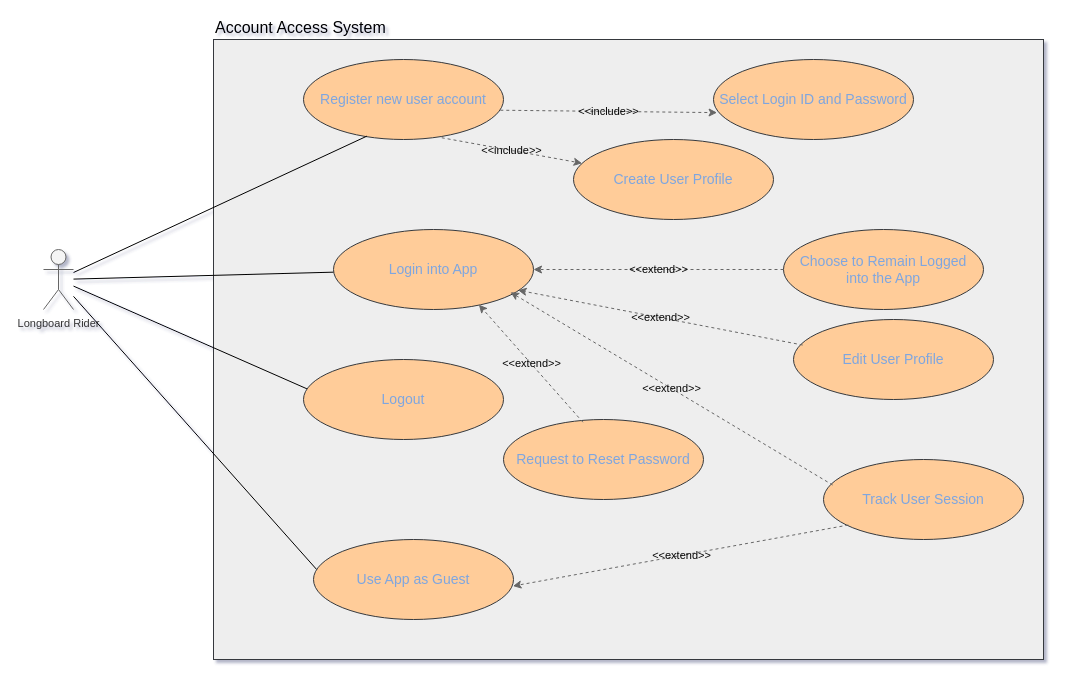
The draw.io diagram diagrams/Account Access Use Case Diagram.drawio in bobacktech/bionic-boarder, before the edit. Source tidied: cells renumbered, new cells numbered last; positions are measured from the earlier drawing's top-left corner, leaving out a move shared by most shapes. Both pictures are drawn from the tidied source at 100%, with x=0, y=0 at pixel (43, 39).
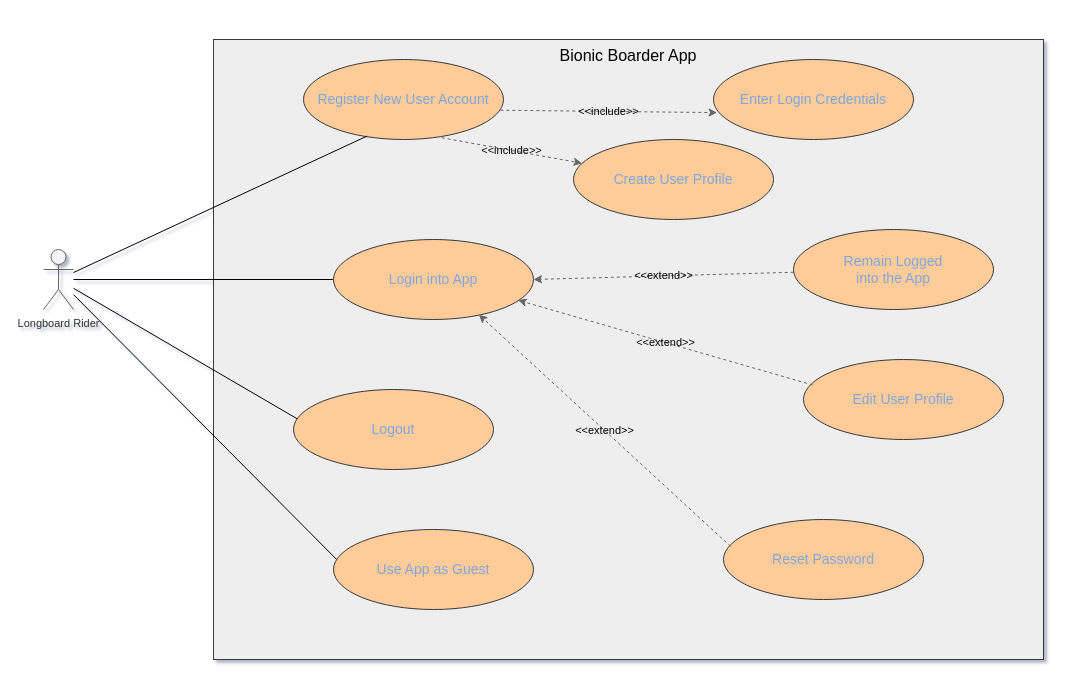
After the change.

Commit message:
BB-53: Made changes to the logic of the account mgmt use case diagram.

What changed in the source:
```diff
@@
-    <mxCell id="5" value="&lt;font&gt;Account Access System&lt;/font&gt;" style="rounded=0;whiteSpace=wrap;html=1;labelPosition=center;verticalLabelPosition=top;align=left;verticalAlign=bottom;fillColor=#eeeeee;strokeColor=#36393d;fontSize=16;fontColor=#000000;" parent="1" vertex="1">
+    <mxCell id="5" value="Bionic Boarder App" style="rounded=0;whiteSpace=wrap;html=1;labelPosition=center;verticalLabelPosition=middle;align=center;verticalAlign=top;fillColor=#eeeeee;strokeColor=#36393d;fontSize=16;fontColor=#000000;labelBackgroundColor=none;" parent="1" vertex="1">
       <mxGeometry x="170" width="830" height="620" as="geometry" />
     </mxCell>
-    <mxCell id="6" value="&lt;font style=&quot;font-size: 14px;&quot;&gt;Register new user account&lt;/font&gt;" style="ellipse;whiteSpace=wrap;html=1;fillColor=#ffcc99;strokeColor=#36393d;fontColor=#7EA6E0;" parent="1" vertex="1">
+    <mxCell id="6" value="&lt;font style=&quot;font-size: 14px;&quot;&gt;Register New User Account&lt;/font&gt;" style="ellipse;whiteSpace=wrap;html=1;fillColor=#ffcc99;strokeColor=#36393d;fontColor=#7EA6E0;" parent="1" vertex="1">
       <mxGeometry x="260" y="20" width="200" height="80" as="geometry" />
     </mxCell>
@@
     <mxCell id="10" value="&lt;font style=&quot;font-size: 14px;&quot;&gt;Login into App&lt;/font&gt;" style="ellipse;whiteSpace=wrap;html=1;fillColor=#ffcc99;strokeColor=#36393d;fontColor=#7EA6E0;" parent="1" vertex="1">
-      <mxGeometry x="290" y="190" width="200" height="80" as="geometry" />
+      <mxGeometry x="290" y="200" width="200" height="80" as="geometry" />
     </mxCell>
     <mxCell id="11" value="&lt;font style=&quot;font-size: 14px;&quot;&gt;Logout&lt;/font&gt;" style="ellipse;whiteSpace=wrap;html=1;fillColor=#ffcc99;strokeColor=#36393d;fontColor=#7EA6E0;" parent="1" vertex="1">
-      <mxGeometry x="260" y="320" width="200" height="80" as="geometry" />
+      <mxGeometry x="250" y="350" width="200" height="80" as="geometry" />
     </mxCell>
     <mxCell id="12" value="&lt;span style=&quot;font-size: 14px;&quot;&gt;Use App as Guest&lt;/span&gt;" style="ellipse;whiteSpace=wrap;html=1;fillColor=#ffcc99;strokeColor=#36393d;fontColor=#7EA6E0;" parent="1" vertex="1">
-      <mxGeometry x="270" y="500" width="200" height="80" as="geometry" />
+      <mxGeometry x="290" y="490" width="200" height="80" as="geometry" />
     </mxCell>
@@
-    <mxCell id="14" value="&lt;span style=&quot;font-size: 14px;&quot;&gt;Select Login ID and Password&lt;/span&gt;" style="ellipse;whiteSpace=wrap;html=1;fillColor=#ffcc99;strokeColor=#36393d;fontColor=#7EA6E0;" parent="1" vertex="1">
+    <mxCell id="14" value="&lt;span style=&quot;font-size: 14px;&quot;&gt;Enter Login Credentials&lt;/span&gt;" style="ellipse;whiteSpace=wrap;html=1;fillColor=#ffcc99;strokeColor=#36393d;fontColor=#7EA6E0;" parent="1" vertex="1">
       <mxGeometry x="670" y="20" width="200" height="80" as="geometry" />
     </mxCell>
-    <mxCell id="15" value="&lt;font style=&quot;font-size: 14px;&quot;&gt;Choose to Remain Logged&lt;/font&gt;&lt;div&gt;&lt;font style=&quot;font-size: 14px;&quot;&gt;into the App&lt;/font&gt;&lt;/div&gt;" style="ellipse;whiteSpace=wrap;html=1;fillColor=#ffcc99;strokeColor=#36393d;fontColor=#7EA6E0;" parent="1" vertex="1">
-      <mxGeometry x="740" y="190" width="200" height="80" as="geometry" />
+    <mxCell id="15" value="&lt;font style=&quot;font-size: 14px;&quot;&gt;Remain Logged&lt;/font&gt;&lt;div&gt;&lt;font style=&quot;font-size: 14px;&quot;&gt;into the App&lt;/font&gt;&lt;/div&gt;" style="ellipse;whiteSpace=wrap;html=1;fillColor=#ffcc99;strokeColor=#36393d;fontColor=#7EA6E0;" parent="1" vertex="1">
+      <mxGeometry x="750" y="190" width="200" height="80" as="geometry" />
     </mxCell>
@@
-    <mxCell id="17" value="&lt;font style=&quot;font-size: 14px;&quot;&gt;Request to Reset Password&lt;/font&gt;" style="ellipse;whiteSpace=wrap;html=1;fillColor=#ffcc99;strokeColor=#36393d;fontColor=#7EA6E0;" parent="1" vertex="1">
-      <mxGeometry x="460" y="380" width="200" height="80" as="geometry" />
+    <mxCell id="17" value="&lt;font style=&quot;font-size: 14px;&quot;&gt;Reset Password&lt;/font&gt;" style="ellipse;whiteSpace=wrap;html=1;fillColor=#ffcc99;strokeColor=#36393d;fontColor=#7EA6E0;" parent="1" vertex="1">
+      <mxGeometry x="680" y="480" width="200" height="80" as="geometry" />
     </mxCell>
@@
     <mxCell id="21" value="&lt;span style=&quot;font-size: 14px;&quot;&gt;Edit User Profile&lt;/span&gt;" style="ellipse;whiteSpace=wrap;html=1;fillColor=#ffcc99;strokeColor=#36393d;fontColor=#7EA6E0;" parent="1" vertex="1">
-      <mxGeometry x="750" y="280" width="200" height="80" as="geometry" />
+      <mxGeometry x="760" y="320" width="200" height="80" as="geometry" />
     </mxCell>
@@
-    <mxCell id="23" value="&lt;span style=&quot;font-size: 14px;&quot;&gt;Track User Session&lt;/span&gt;" style="ellipse;whiteSpace=wrap;html=1;fillColor=#ffcc99;strokeColor=#36393d;fontColor=#7EA6E0;" parent="1" vertex="1">
-      <mxGeometry x="780" y="420" width="200" height="80" as="geometry" />
-    </mxCell>
-    <mxCell id="24" value="&amp;lt;&amp;lt;extend&amp;gt;&amp;gt;" style="endArrow=classic;html=1;rounded=0;fillColor=#f5f5f5;gradientColor=#b3b3b3;strokeColor=#666666;dashed=1;fontColor=#060606;align=center;labelBackgroundColor=none;entryX=0.885;entryY=0.784;entryDx=0;entryDy=0;entryPerimeter=0;exitX=0.046;exitY=0.319;exitDx=0;exitDy=0;exitPerimeter=0;" parent="1" edge="1" source="23" target="10">
-      <mxGeometry relative="1" as="geometry" />
-    </mxCell>
-    <mxCell id="25" value="&amp;lt;&amp;lt;extend&amp;gt;&amp;gt;" style="endArrow=classic;html=1;rounded=0;fillColor=#f5f5f5;gradientColor=#b3b3b3;strokeColor=#666666;dashed=1;fontColor=#060606;align=center;labelBackgroundColor=none;entryX=0.997;entryY=0.582;entryDx=0;entryDy=0;exitX=0.124;exitY=0.819;exitDx=0;exitDy=0;exitPerimeter=0;entryPerimeter=0;" parent="1" edge="1" source="23" target="12">
-      <mxGeometry relative="1" as="geometry" />
-    </mxCell>
-    <mxCell id="26" value="&amp;lt;&amp;lt;extend&amp;gt;&amp;gt;" style="endArrow=classic;html=1;rounded=0;fillColor=#f5f5f5;gradientColor=#b3b3b3;strokeColor=#666666;dashed=1;fontColor=#060606;align=center;labelBackgroundColor=none;entryX=0.727;entryY=0.94;entryDx=0;entryDy=0;exitX=0.397;exitY=0.034;exitDx=0;exitDy=0;exitPerimeter=0;entryPerimeter=0;" parent="1" edge="1" source="17" target="10">
+    <mxCell id="26" value="&amp;lt;&amp;lt;extend&amp;gt;&amp;gt;" style="endArrow=classic;html=1;rounded=0;fillColor=#f5f5f5;gradientColor=#b3b3b3;strokeColor=#666666;dashed=1;fontColor=#060606;align=center;labelBackgroundColor=none;entryX=0.727;entryY=0.94;entryDx=0;entryDy=0;exitX=0.036;exitY=0.338;exitDx=0;exitDy=0;exitPerimeter=0;entryPerimeter=0;" parent="1" edge="1" source="17" target="10">
       <mxGeometry relative="1" as="geometry" />
     </mxCell>
```
